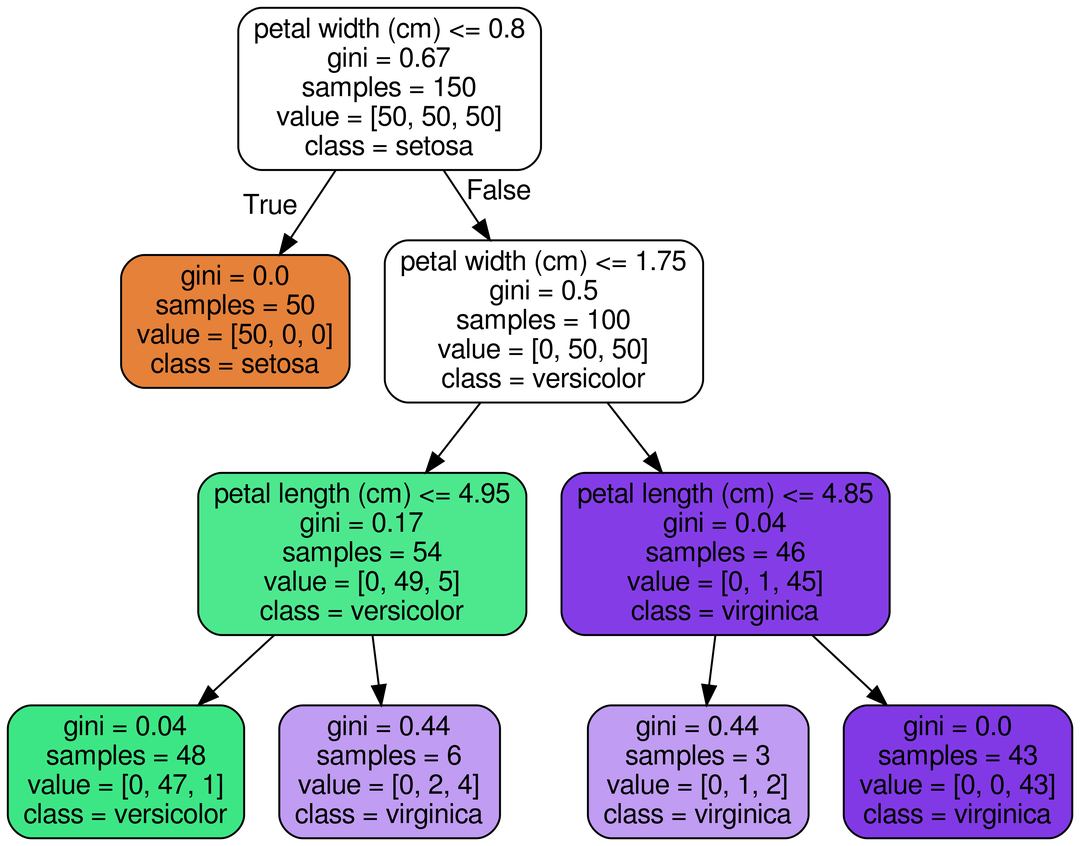
Earlier version of the Graphviz export sem03/tree.png (samstikhin/mlmathmech). Its source is kept beside it as sem03/tree.dot.
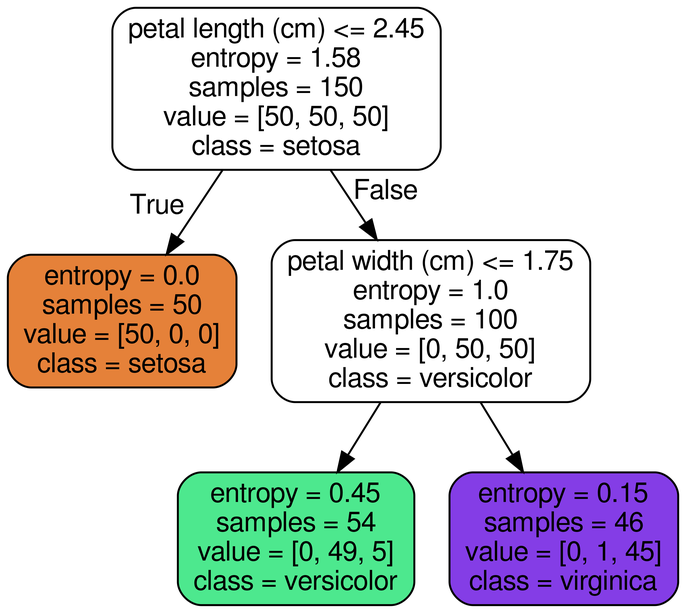
Above is the later version.

Diff of the diagram source:
```diff
@@ -1,21 +1,13 @@
 digraph Tree {
 node [shape=box, style="filled, rounded", color="black", fontname=helvetica] ;
 edge [fontname=helvetica] ;
-0 [label="petal width (cm) <= 0.8\ngini = 0.67\nsamples = 150\nvalue = [50, 50, 50]\nclass = setosa", fillcolor="#ffffff"] ;
-1 [label="gini = 0.0\nsamples = 50\nvalue = [50, 0, 0]\nclass = setosa", fillcolor="#e58139"] ;
+0 [label="petal length (cm) <= 2.45\nentropy = 1.58\nsamples = 150\nvalue = [50, 50, 50]\nclass = setosa", fillcolor="#ffffff"] ;
+1 [label="entropy = 0.0\nsamples = 50\nvalue = [50, 0, 0]\nclass = setosa", fillcolor="#e58139"] ;
 0 -> 1 [labeldistance=2.5, labelangle=45, headlabel="True"] ;
-2 [label="petal width (cm) <= 1.75\ngini = 0.5\nsamples = 100\nvalue = [0, 50, 50]\nclass = versicolor", fillcolor="#ffffff"] ;
+2 [label="petal width (cm) <= 1.75\nentropy = 1.0\nsamples = 100\nvalue = [0, 50, 50]\nclass = versicolor", fillcolor="#ffffff"] ;
 0 -> 2 [labeldistance=2.5, labelangle=-45, headlabel="False"] ;
-3 [label="petal length (cm) <= 4.95\ngini = 0.17\nsamples = 54\nvalue = [0, 49, 5]\nclass = versicolor", fillcolor="#4de88e"] ;
+3 [label="entropy = 0.45\nsamples = 54\nvalue = [0, 49, 5]\nclass = versicolor", fillcolor="#4de88e"] ;
 2 -> 3 ;
-5 [label="gini = 0.04\nsamples = 48\nvalue = [0, 47, 1]\nclass = versicolor", fillcolor="#3de684"] ;
-3 -> 5 ;
-6 [label="gini = 0.44\nsamples = 6\nvalue = [0, 2, 4]\nclass = virginica", fillcolor="#c09cf2"] ;
-3 -> 6 ;
-4 [label="petal length (cm) <= 4.85\ngini = 0.04\nsamples = 46\nvalue = [0, 1, 45]\nclass = virginica", fillcolor="#843de6"] ;
+4 [label="entropy = 0.15\nsamples = 46\nvalue = [0, 1, 45]\nclass = virginica", fillcolor="#843de6"] ;
 2 -> 4 ;
-7 [label="gini = 0.44\nsamples = 3\nvalue = [0, 1, 2]\nclass = virginica", fillcolor="#c09cf2"] ;
-4 -> 7 ;
-8 [label="gini = 0.0\nsamples = 43\nvalue = [0, 0, 43]\nclass = virginica", fillcolor="#8139e5"] ;
-4 -> 8 ;
 }
```
